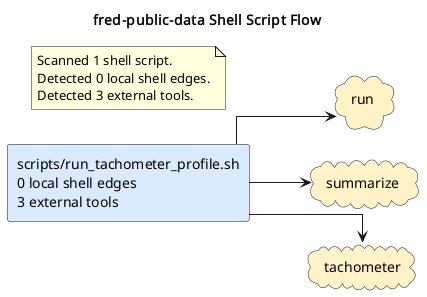
casonk/fred-public-data keeps this PlantUML diagram as docs/diagrams/shell-call-graph.puml.png. Above is the earlier version.
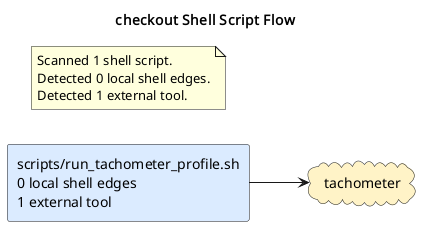
Above is the later version.

The edit, as a diff of the source:
```diff
@@ -1,20 +1,16 @@
 @startuml
-title fred-public-data Shell Script Flow
+title checkout Shell Script Flow
 left to right direction
 skinparam shadowing false
 skinparam defaultFontName Monospace
 skinparam componentStyle rectangle
 skinparam linetype ortho
-rectangle "scripts/run_tachometer_profile.sh\n0 local shell edges\n3 external tools" as shell_scripts_run_tachometer_profile_sh #DBEAFE
-cloud "run" as tool_run #FEF3C7
-cloud "summarize" as tool_summarize #FEF3C7
+rectangle "scripts/run_tachometer_profile.sh\n0 local shell edges\n1 external tool" as shell_scripts_run_tachometer_profile_sh #DBEAFE
 cloud "tachometer" as tool_tachometer #FEF3C7
-shell_scripts_run_tachometer_profile_sh --> tool_run
-shell_scripts_run_tachometer_profile_sh --> tool_summarize
 shell_scripts_run_tachometer_profile_sh --> tool_tachometer
 note as shellGraphSummary
 Scanned 1 shell script.
 Detected 0 local shell edges.
-Detected 3 external tools.
+Detected 1 external tool.
 end note
 @enduml
```
